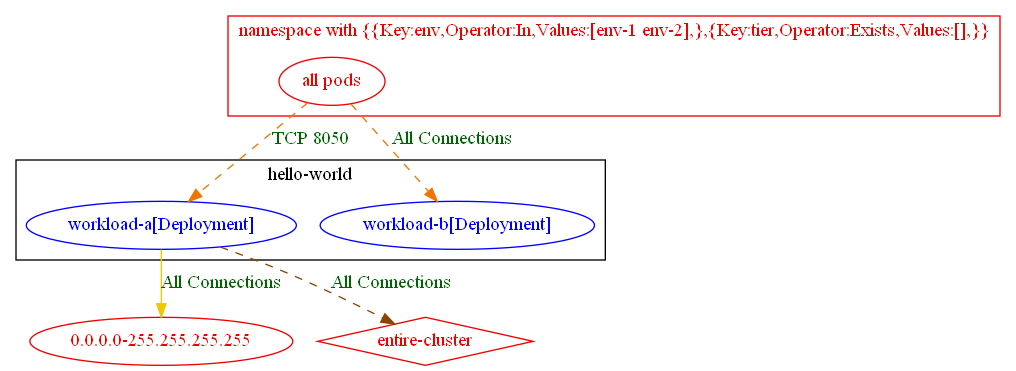
The Graphviz diagram test_outputs/connlist/exposure_test_with_multiple_policies_2_exposure_output.dot.png in np-guard/netpol-analyzer, before a commit. Its source is kept beside it as test_outputs/connlist/exposure_test_with_multiple_policies_2_exposure_output.dot.
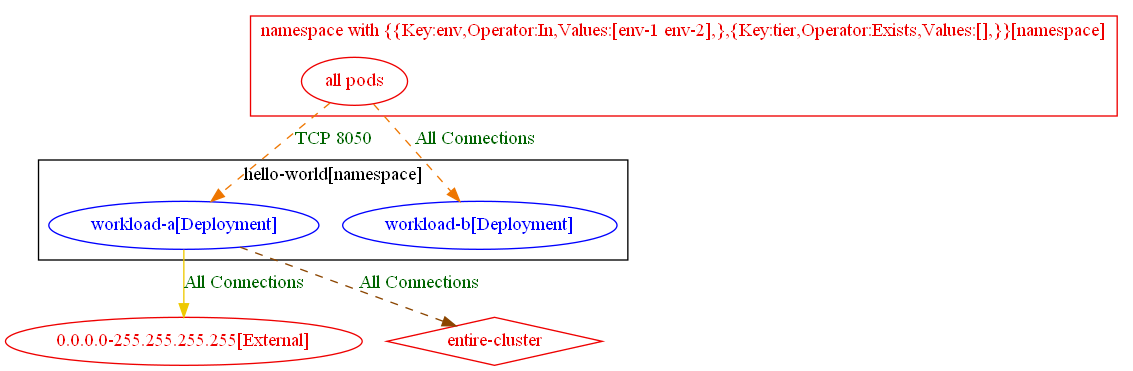
The same file after the commit.

What changed in the source:
```diff
@@ -1,21 +1,21 @@
 digraph {
-	subgraph "cluster_hello_world" {
+	subgraph "cluster_hello_world[namespace]" {
 		color="black"
 		fontcolor="black"
 		"hello-world/workload-a[Deployment]" [label="workload-a[Deployment]" color="blue" fontcolor="blue"]
 		"hello-world/workload-b[Deployment]" [label="workload-b[Deployment]" color="blue" fontcolor="blue"]
-		label="hello-world"
+		label="hello-world[namespace]"
 	}
-	subgraph "cluster_namespace with {{Key:env,Operator:In,Values:[env_1 env_2],},{Key:tier,Operator:Exists,Values:[],}}" {
+	subgraph "cluster_namespace with {{Key:env,Operator:In,Values:[env_1 env_2],},{Key:tier,Operator:Exists,Values:[],}}[namespace]" {
 		color="red2"
 		fontcolor="red2"
 		"all pods_in_namespace with {{Key:env,Operator:In,Values:[env-1 env-2],},{Key:tier,Operator:Exists,Values:[],}}" [label="all pods" color="red2" fontcolor="red2"]
-		label="namespace with {{Key:env,Operator:In,Values:[env-1 env-2],},{Key:tier,Operator:Exists,Values:[],}}"
+		label="namespace with {{Key:env,Operator:In,Values:[env-1 env-2],},{Key:tier,Operator:Exists,Values:[],}}[namespace]"
 	}
-	"0.0.0.0-255.255.255.255" [label="0.0.0.0-255.255.255.255" color="red2" fontcolor="red2"]
+	"0.0.0.0-255.255.255.255[External]" [label="0.0.0.0-255.255.255.255[External]" color="red2" fontcolor="red2"]
 	"entire-cluster" [label="entire-cluster" color="red2" fontcolor="red2" shape=diamond]
 	"all pods_in_namespace with {{Key:env,Operator:In,Values:[env-1 env-2],},{Key:tier,Operator:Exists,Values:[],}}" -> "hello-world/workload-a[Deployment]" [label="TCP 8050" color="darkorange2" fontcolor="darkgreen" weight=1 style=dashed]
 	"all pods_in_namespace with {{Key:env,Operator:In,Values:[env-1 env-2],},{Key:tier,Operator:Exists,Values:[],}}" -> "hello-world/workload-b[Deployment]" [label="All Connections" color="darkorange2" fontcolor="darkgreen" weight=1 style=dashed]
-	"hello-world/workload-a[Deployment]" -> "0.0.0.0-255.255.255.255" [label="All Connections" color="gold2" fontcolor="darkgreen" weight=1]
+	"hello-world/workload-a[Deployment]" -> "0.0.0.0-255.255.255.255[External]" [label="All Connections" color="gold2" fontcolor="darkgreen" weight=1]
 	"hello-world/workload-a[Deployment]" -> "entire-cluster" [label="All Connections" color="darkorange4" fontcolor="darkgreen" weight=0.5 style=dashed]
 }
```
